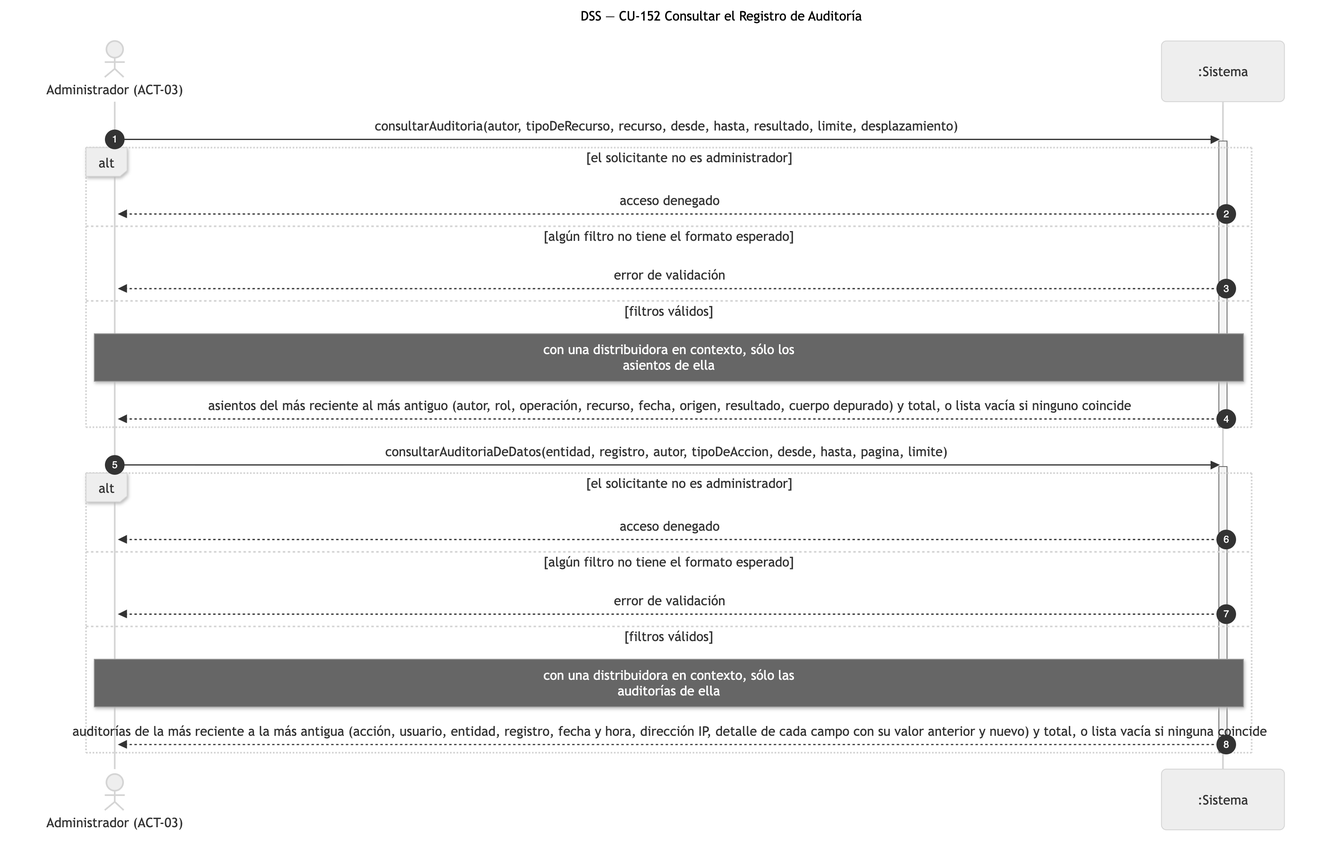
Before: diagramas/png/DSS_CU-152_Consultar-El-Registro-De-Auditoria.png, a diagram exported from Mermaid (Nahuelito-Dev/splg-docs). Its source is kept beside it as diagramas/DSS_CU-152_Consultar-El-Registro-De-Auditoria.mmd.
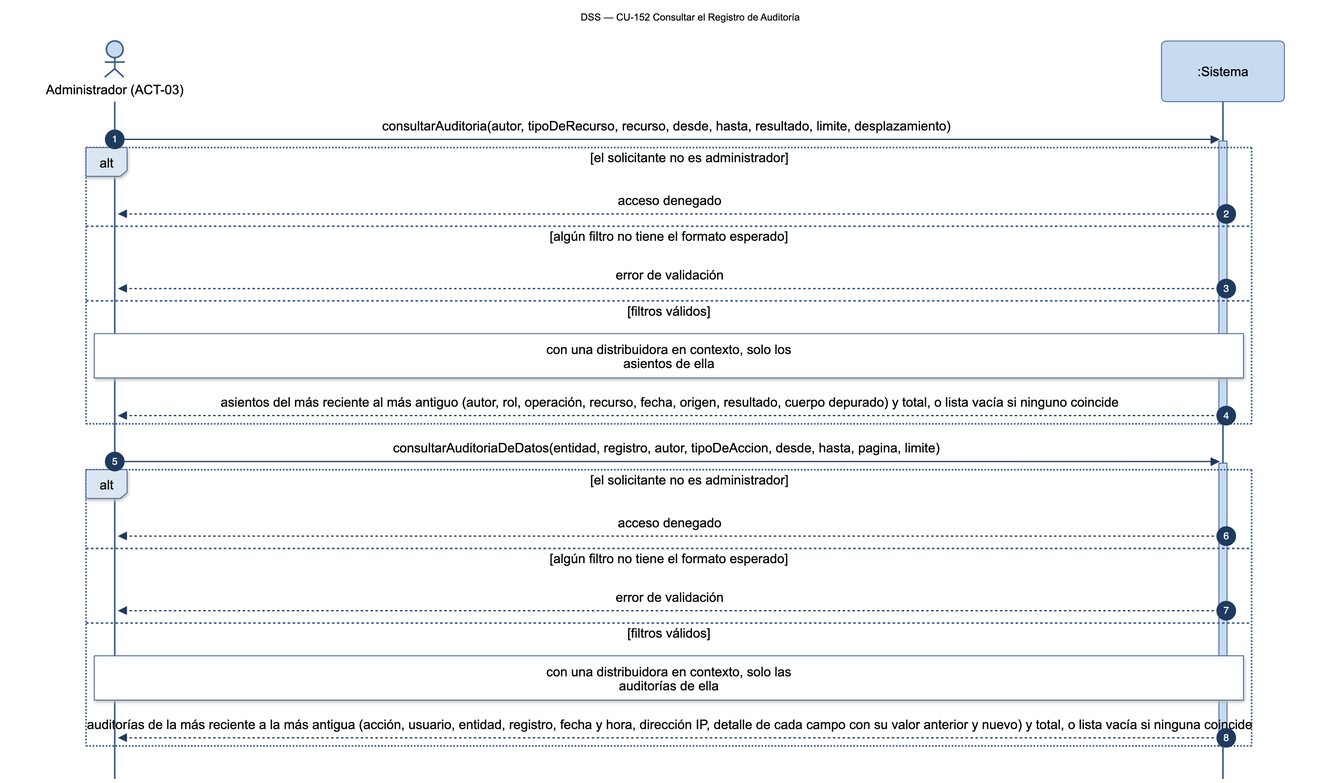
After the commit.

The edit, as a diff of the source:
```diff
@@ -11,7 +11,7 @@
     else algún filtro no tiene el formato esperado
         SIS-->>ADM: error de validación
     else filtros válidos
-        Note over ADM,SIS: con una distribuidora en contexto, sólo los<br/>asientos de ella
+        Note over ADM,SIS: con una distribuidora en contexto, solo los<br/>asientos de ella
         SIS-->>ADM: asientos del más reciente al más antiguo (autor, rol, operación, recurso, fecha, origen, resultado, cuerpo depurado) y total, o lista vacía si ninguno coincide
     end
     deactivate SIS
@@ -23,7 +23,7 @@
     else algún filtro no tiene el formato esperado
         SIS-->>ADM: error de validación
     else filtros válidos
-        Note over ADM,SIS: con una distribuidora en contexto, sólo las<br/>auditorías de ella
+        Note over ADM,SIS: con una distribuidora en contexto, solo las<br/>auditorías de ella
         SIS-->>ADM: auditorías de la más reciente a la más antigua (acción, usuario, entidad, registro, fecha y hora, dirección IP, detalle de cada campo con su valor anterior y nuevo) y total, o lista vacía si ninguna coincide
     end
     deactivate SIS
```
